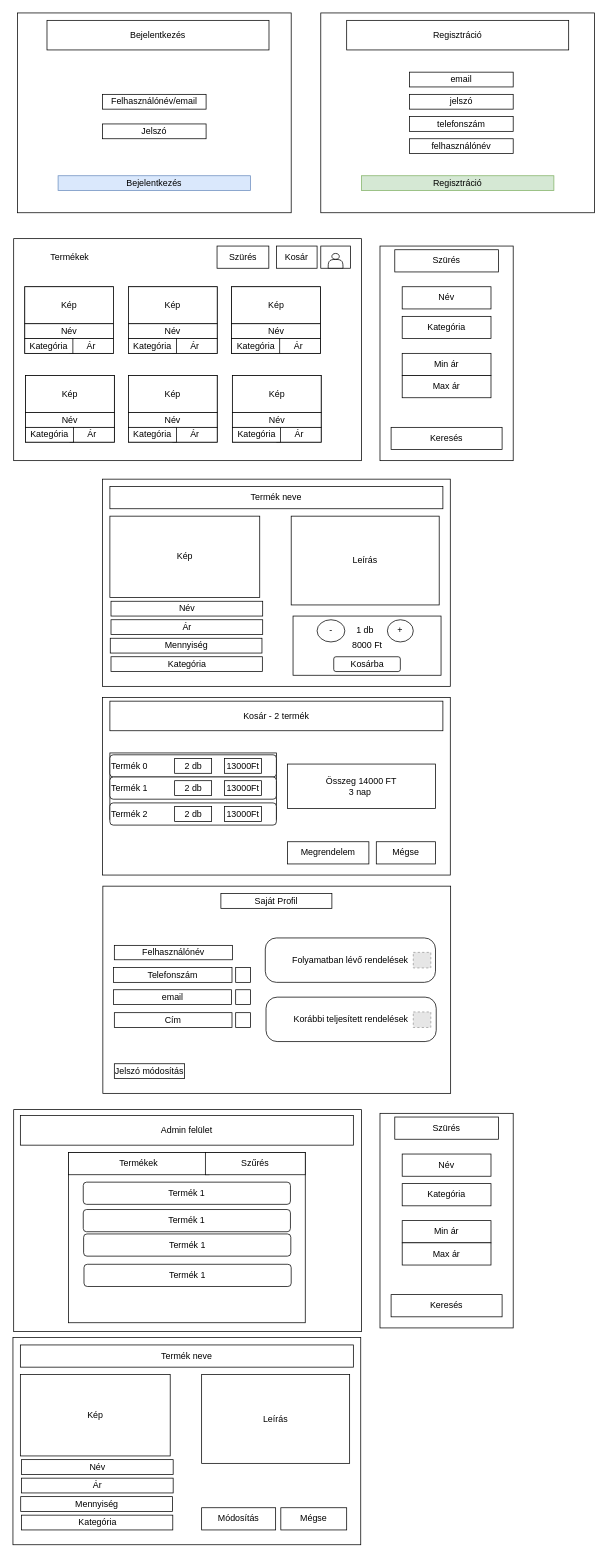
ETomi24/Webshop-backend keeps this draw.io diagram as Docs/webshop.drawio. Above is the earlier version. Source tidied: cells renumbered, new cells numbered last; positions are measured from the earlier drawing's top-left corner, leaving out a move shared by most shapes. Both pictures are drawn from the tidied source at 74%, with x=0, y=0 at pixel (13, 13). Pictures stored in the file or linked from it are replaced by grey dashed boxes.
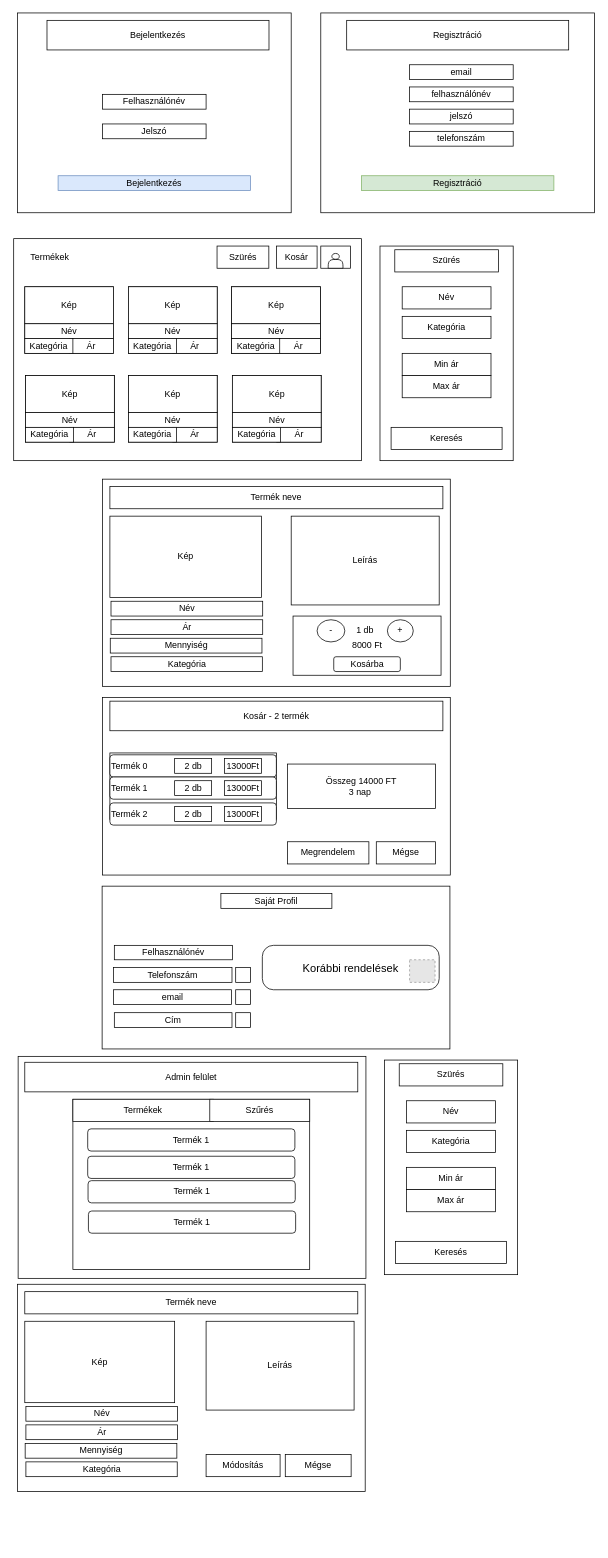
The same page after the edit.

Commit message (it also covers changes not shown here):
Kepernyokepek png/drawio modositas

The edit, as a diff of the source:
```diff
@@
-    <mxCell id="3" value="Felhasználónév/email" style="rounded=0;whiteSpace=wrap;html=1;" parent="1" vertex="1">
+    <mxCell id="3" value="Felhasználónév" style="rounded=0;whiteSpace=wrap;html=1;" parent="1" vertex="1">
       <mxGeometry x="121" y="110" width="140" height="20" as="geometry" />
     </mxCell>
@@
     <mxCell id="8" value="email" style="rounded=0;whiteSpace=wrap;html=1;" parent="1" vertex="1">
-      <mxGeometry x="536" y="80" width="140" height="20" as="geometry" />
+      <mxGeometry x="536" y="70" width="140" height="20" as="geometry" />
     </mxCell>
     <mxCell id="9" value="jelszó" style="rounded=0;whiteSpace=wrap;html=1;" parent="1" vertex="1">
-      <mxGeometry x="536" y="110" width="140" height="20" as="geometry" />
+      <mxGeometry x="536" y="130" width="140" height="20" as="geometry" />
     </mxCell>
     <mxCell id="10" value="telefonszám" style="rounded=0;whiteSpace=wrap;html=1;" parent="1" vertex="1">
-      <mxGeometry x="536" y="140" width="140" height="20" as="geometry" />
+      <mxGeometry x="536" y="160" width="140" height="20" as="geometry" />
     </mxCell>
     <mxCell id="11" value="felhasználónév" style="rounded=0;whiteSpace=wrap;html=1;" parent="1" vertex="1">
-      <mxGeometry x="536" y="170" width="140" height="20" as="geometry" />
+      <mxGeometry x="536" y="100" width="140" height="20" as="geometry" />
     </mxCell>
@@
     <mxCell id="13" value="Termékek" style="text;html=1;strokeColor=none;fillColor=none;align=center;verticalAlign=middle;whiteSpace=wrap;rounded=0;" parent="1" vertex="1">
-      <mxGeometry x="47" y="315" width="60" height="30" as="geometry" />
+      <mxGeometry x="19.5" y="315" width="60" height="30" as="geometry" />
     </mxCell>
@@
     <mxCell id="22" style="rounded=0;whiteSpace=wrap;html=1;" parent="1" vertex="1">
-      <mxGeometry x="121.5" y="1180" width="470" height="280" as="geometry" />
+      <mxGeometry x="120.5" y="1180" width="470" height="220" as="geometry" />
     </mxCell>
@@
     <mxCell id="33" value="Kép" style="rounded=0;whiteSpace=wrap;html=1;" parent="1" vertex="1">
-      <mxGeometry x="131" y="680" width="202.5" height="110" as="geometry" />
+      <mxGeometry x="131" y="680" width="205" height="110" as="geometry" />
     </mxCell>
     <mxCell id="34" style="rounded=0;whiteSpace=wrap;html=1;" parent="1" vertex="1">
-      <mxGeometry x="1" y="1482" width="470" height="300" as="geometry" />
+      <mxGeometry x="7" y="1410" width="470" height="300" as="geometry" />
     </mxCell>
     <mxCell id="35" value="Admin felület" style="rounded=0;whiteSpace=wrap;html=1;" parent="1" vertex="1">
-      <mxGeometry x="10" y="1490" width="450" height="40" as="geometry" />
+      <mxGeometry x="16" y="1418" width="450" height="40" as="geometry" />
     </mxCell>
     <mxCell id="36" style="rounded=0;whiteSpace=wrap;html=1;" parent="1" vertex="1">
-      <mxGeometry x="75" y="1540" width="320" height="230" as="geometry" />
+      <mxGeometry x="81" y="1468" width="320" height="230" as="geometry" />
     </mxCell>
@@
-    <mxCell id="50" value="Folyamatban lévő rendelések" style="rounded=1;whiteSpace=wrap;html=1;align=center;arcSize=25;" parent="1" vertex="1">
-      <mxGeometry x="341" y="1250" width="230" height="60" as="geometry" />
-    </mxCell>
-    <mxCell id="51" style="fillColor=#E6E6E6;strokeColor=#999999;dashed=1;verticalLabelPosition=bottom;labelBackgroundColor=default;verticalAlign=top;" parent="1" vertex="1">
-      <mxGeometry x="541" y="1269.5" width="23.7" height="21" as="geometry" />
-    </mxCell>
-    <mxCell id="52" value="Korábbi teljesített rendelések" style="rounded=1;whiteSpace=wrap;html=1;arcSize=25;" parent="1" vertex="1">
-      <mxGeometry x="342" y="1330" width="230" height="60" as="geometry" />
+    <mxCell id="52" value="Korábbi rendelések" style="rounded=1;whiteSpace=wrap;html=1;arcSize=25;fontSize=15;" parent="1" vertex="1">
+      <mxGeometry x="337" y="1260" width="239" height="60" as="geometry" />
     </mxCell>
     <mxCell id="53" style="fillColor=#E6E6E6;strokeColor=#999999;dashed=1;verticalLabelPosition=bottom;labelBackgroundColor=default;verticalAlign=top;" parent="1" vertex="1">
-      <mxGeometry x="541" y="1350" width="23.7" height="21" as="geometry" />
+      <mxGeometry x="536" y="1279.5" width="34.4" height="30.5" as="geometry" />
     </mxCell>
@@
-    <mxCell id="56" value="Jelszó módosítás" style="rounded=0;whiteSpace=wrap;html=1;" parent="1" vertex="1">
-      <mxGeometry x="137" y="1420" width="95" height="20" as="geometry" />
-    </mxCell>
@@
     <mxCell id="99" value="Termékek" style="rounded=0;whiteSpace=wrap;html=1;align=center;" parent="1" vertex="1">
-      <mxGeometry x="75" y="1540" width="190" height="30" as="geometry" />
+      <mxGeometry x="81" y="1468" width="190" height="30" as="geometry" />
     </mxCell>
     <mxCell id="100" value="Szűrés" style="rounded=0;whiteSpace=wrap;html=1;" parent="1" vertex="1">
-      <mxGeometry x="260" y="1540" width="135" height="30" as="geometry" />
+      <mxGeometry x="266" y="1468" width="135" height="30" as="geometry" />
     </mxCell>
     <mxCell id="101" value="Termék 1" style="rounded=1;whiteSpace=wrap;html=1;" parent="1" vertex="1">
-      <mxGeometry x="95" y="1580" width="280" height="30" as="geometry" />
+      <mxGeometry x="101" y="1508" width="280" height="30" as="geometry" />
     </mxCell>
     <mxCell id="102" value="Termék 1" style="rounded=1;whiteSpace=wrap;html=1;" parent="1" vertex="1">
-      <mxGeometry x="95" y="1617" width="280" height="30" as="geometry" />
+      <mxGeometry x="101" y="1545" width="280" height="30" as="geometry" />
     </mxCell>
     <mxCell id="103" value="Termék 1" style="rounded=1;whiteSpace=wrap;html=1;" parent="1" vertex="1">
-      <mxGeometry x="95.5" y="1650" width="280" height="30" as="geometry" />
+      <mxGeometry x="101.5" y="1578" width="280" height="30" as="geometry" />
     </mxCell>
     <mxCell id="104" value="Termék 1" style="rounded=1;whiteSpace=wrap;html=1;" parent="1" vertex="1">
-      <mxGeometry x="96" y="1691" width="280" height="30" as="geometry" />
+      <mxGeometry x="102" y="1619" width="280" height="30" as="geometry" />
     </mxCell>
     <mxCell id="105" style="rounded=0;whiteSpace=wrap;html=1;" parent="1" vertex="1">
-      <mxGeometry x="496" y="1487" width="180" height="290" as="geometry" />
+      <mxGeometry x="502" y="1415" width="180" height="290" as="geometry" />
     </mxCell>
     <mxCell id="106" value="Szürés" style="rounded=0;whiteSpace=wrap;html=1;" parent="1" vertex="1">
-      <mxGeometry x="516" y="1492" width="140" height="30" as="geometry" />
+      <mxGeometry x="522" y="1420" width="140" height="30" as="geometry" />
     </mxCell>
     <mxCell id="107" value="Név" style="rounded=0;whiteSpace=wrap;html=1;" parent="1" vertex="1">
-      <mxGeometry x="526" y="1542" width="120" height="30" as="geometry" />
+      <mxGeometry x="532" y="1470" width="120" height="30" as="geometry" />
     </mxCell>
     <mxCell id="108" value="Kategória" style="rounded=0;whiteSpace=wrap;html=1;" parent="1" vertex="1">
-      <mxGeometry x="526" y="1582" width="120" height="30" as="geometry" />
+      <mxGeometry x="532" y="1510" width="120" height="30" as="geometry" />
     </mxCell>
     <mxCell id="109" value="Min ár" style="rounded=0;whiteSpace=wrap;html=1;" parent="1" vertex="1">
-      <mxGeometry x="526" y="1632" width="120" height="30" as="geometry" />
+      <mxGeometry x="532" y="1560" width="120" height="30" as="geometry" />
     </mxCell>
     <mxCell id="110" value="Max ár" style="rounded=0;whiteSpace=wrap;html=1;" parent="1" vertex="1">
-      <mxGeometry x="526" y="1662" width="120" height="30" as="geometry" />
+      <mxGeometry x="532" y="1590" width="120" height="30" as="geometry" />
     </mxCell>
     <mxCell id="111" value="Keresés" style="rounded=0;whiteSpace=wrap;html=1;" parent="1" vertex="1">
-      <mxGeometry x="511" y="1732" width="150" height="30" as="geometry" />
+      <mxGeometry x="517" y="1660" width="150" height="30" as="geometry" />
     </mxCell>
@@
     <mxCell id="116" style="rounded=0;whiteSpace=wrap;html=1;" parent="1" vertex="1">
-      <mxGeometry y="1790" width="470" height="280" as="geometry" />
+      <mxGeometry x="6" y="1718" width="470" height="280" as="geometry" />
     </mxCell>
     <mxCell id="117" value="Termék neve" style="rounded=0;whiteSpace=wrap;html=1;" parent="1" vertex="1">
-      <mxGeometry x="10" y="1800" width="450" height="30" as="geometry" />
+      <mxGeometry x="16" y="1728" width="450" height="30" as="geometry" />
     </mxCell>
     <mxCell id="118" value="Kép" style="rounded=0;whiteSpace=wrap;html=1;" parent="1" vertex="1">
-      <mxGeometry x="10" y="1840" width="202.5" height="110" as="geometry" />
+      <mxGeometry x="16" y="1768" width="202.5" height="110" as="geometry" />
     </mxCell>
     <mxCell id="119" value="Leírás" style="rounded=0;whiteSpace=wrap;html=1;" parent="1" vertex="1">
-      <mxGeometry x="255" y="1840" width="200" height="120" as="geometry" />
+      <mxGeometry x="261" y="1768" width="200" height="120" as="geometry" />
     </mxCell>
     <mxCell id="120" value="Név" style="rounded=0;whiteSpace=wrap;html=1;" parent="1" vertex="1">
-      <mxGeometry x="11.5" y="1955" width="205" height="20" as="geometry" />
+      <mxGeometry x="17.5" y="1883" width="205" height="20" as="geometry" />
     </mxCell>
     <mxCell id="121" value="Ár" style="rounded=0;whiteSpace=wrap;html=1;" parent="1" vertex="1">
-      <mxGeometry x="11.5" y="1980" width="205" height="20" as="geometry" />
+      <mxGeometry x="17.5" y="1908" width="205" height="20" as="geometry" />
     </mxCell>
     <mxCell id="122" value="Mennyiség" style="rounded=0;whiteSpace=wrap;html=1;" parent="1" vertex="1">
-      <mxGeometry x="10.5" y="2005" width="205" height="20" as="geometry" />
+      <mxGeometry x="16.5" y="1933" width="205" height="20" as="geometry" />
     </mxCell>
     <mxCell id="123" value="Kategória" style="rounded=0;whiteSpace=wrap;html=1;" parent="1" vertex="1">
-      <mxGeometry x="11.5" y="2030" width="204.5" height="20" as="geometry" />
+      <mxGeometry x="17.5" y="1958" width="204.5" height="20" as="geometry" />
     </mxCell>
     <mxCell id="124" value="Módosítás" style="rounded=0;whiteSpace=wrap;html=1;" parent="1" vertex="1">
-      <mxGeometry x="255" y="2020" width="100" height="30" as="geometry" />
+      <mxGeometry x="261" y="1948" width="100" height="30" as="geometry" />
     </mxCell>
     <mxCell id="125" value="Mégse" style="rounded=0;whiteSpace=wrap;html=1;" parent="1" vertex="1">
-      <mxGeometry x="362" y="2020" width="89" height="30" as="geometry" />
+      <mxGeometry x="368" y="1948" width="89" height="30" as="geometry" />
     </mxCell>
```
